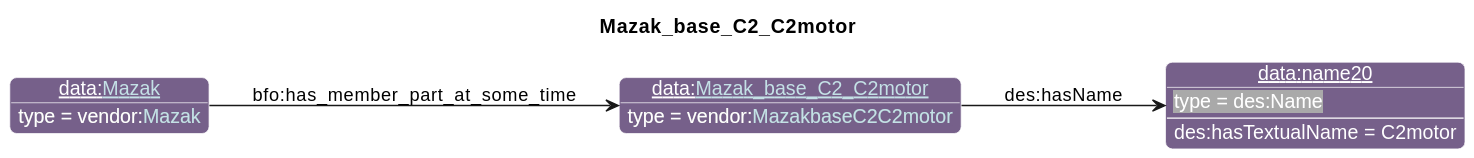
Above: diagrams/Mazak_base_C2_C2motor.svg in iofoundry/example-syseng-mtconnect (PlantUML), before the change.
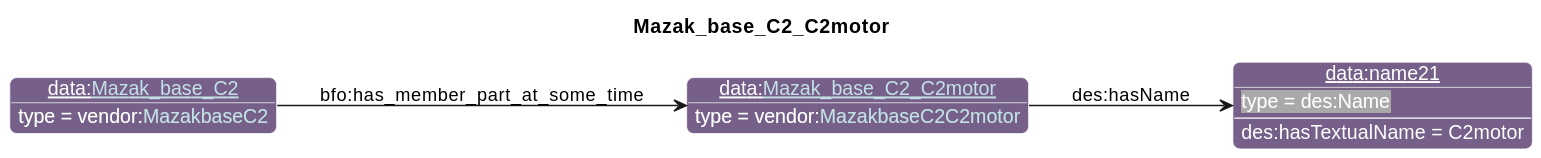
The same diagram one commit later.

What changed in the source:
```diff
@@ -26,8 +26,8 @@
                       "qp":"641B2E"
       }
 individual(o0, data:[[./Mazak_base_C2_C2motor.html Mazak_base_C2_C2motor]], vendor:[[../Mazak.html#MazakbaseC2C2motor MazakbaseC2C2motor]])
-individual(o1, data:name20, des:Name)
-individual(o2, data:[[./Mazak.html Mazak]], vendor:[[../Mazak.html#Mazak Mazak]])
+individual(o1, data:name21, des:Name)
+individual(o2, data:[[./Mazak_base_C2.html Mazak_base_C2]], vendor:[[../Mazak.html#MazakbaseC2 MazakbaseC2]])
 property(o0, "des:hasName", o1)
 data(o1, "des:hasTextualName", "C2motor")
 property(o2, "bfo:has_member_part_at_some_time", o0)
```
